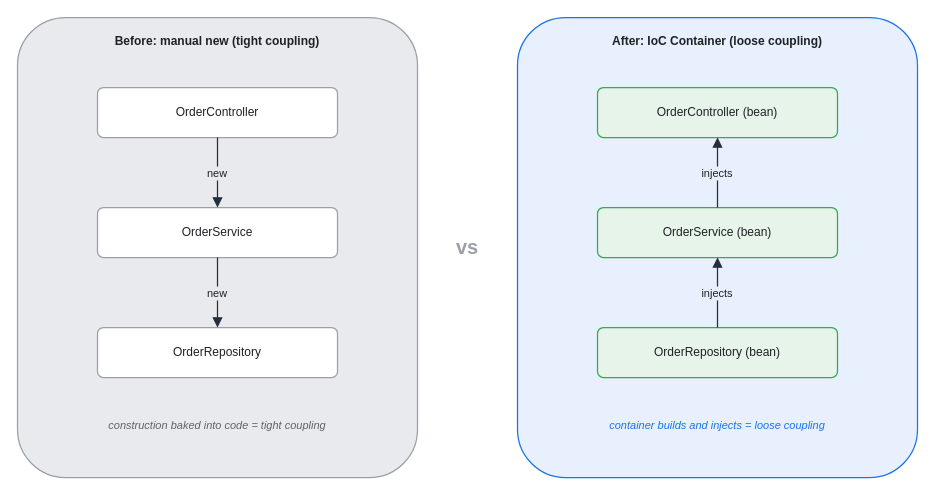
Before: assets/img/spring/spring-03-ioc-before-after.drawio in KKamJi98/kkamji98.github.io, a draw.io diagram. Source tidied: cells renumbered, new cells numbered last; positions are measured from the earlier drawing's top-left corner, leaving out a move shared by most shapes. Both pictures are drawn from the tidied source at 100%, with x=0, y=0 at pixel (17, 17).
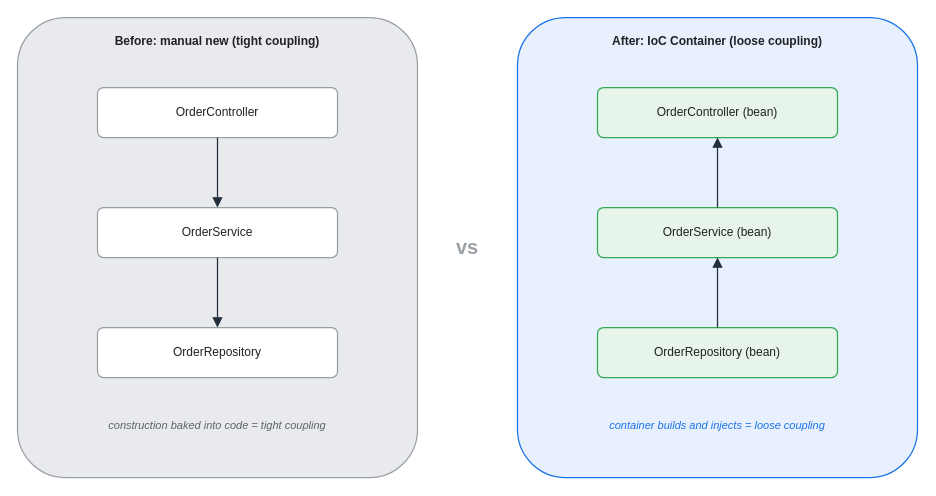
After the change.

The edit, as a diff of the source:
```diff
@@
 <mxGraphModel background="#FFFFFF">
   <root>
     <mxCell id="0" />
     <mxCell id="1" parent="0" />
     <mxCell id="2" value="Before: manual new (tight coupling)" style="rounded=1;whiteSpace=wrap;html=0;arcSize=12;shadow=0;fillColor=#E8EAED;strokeColor=#9AA0A6;fontColor=#202124;fontStyle=1;verticalAlign=top;align=center;spacingTop=10;strokeWidth=1.25;" parent="1" vertex="1">
       <mxGeometry width="400" height="460" as="geometry" />
     </mxCell>
     <mxCell id="3" value="After: IoC Container (loose coupling)" style="rounded=1;whiteSpace=wrap;html=0;arcSize=12;shadow=0;fillColor=#E8F0FE;strokeColor=#1A73E8;fontColor=#202124;fontStyle=1;verticalAlign=top;align=center;spacingTop=10;strokeWidth=1.25;" parent="1" vertex="1">
       <mxGeometry x="500" width="400" height="460" as="geometry" />
     </mxCell>
     <mxCell id="4" value="vs" style="text;html=0;align=center;verticalAlign=middle;fontSize=20;fontStyle=1;fontColor=#9AA0A6;" parent="1" vertex="1">
       <mxGeometry x="415" y="205" width="70" height="45" as="geometry" />
     </mxCell>
     <mxCell id="5" value="OrderController" style="rounded=1;whiteSpace=wrap;html=0;arcSize=12;shadow=0;fillColor=#FFFFFF;strokeColor=#9AA0A6;fontColor=#202124;strokeWidth=1.25;" parent="1" vertex="1">
       <mxGeometry x="80" y="70" width="240" height="50" as="geometry" />
     </mxCell>
     <mxCell id="6" value="OrderService" style="rounded=1;whiteSpace=wrap;html=0;arcSize=12;shadow=0;fillColor=#FFFFFF;strokeColor=#9AA0A6;fontColor=#202124;strokeWidth=1.25;" parent="1" vertex="1">
       <mxGeometry x="80" y="190" width="240" height="50" as="geometry" />
     </mxCell>
     <mxCell id="7" value="OrderRepository" style="rounded=1;whiteSpace=wrap;html=0;arcSize=12;shadow=0;fillColor=#FFFFFF;strokeColor=#9AA0A6;fontColor=#202124;strokeWidth=1.25;" parent="1" vertex="1">
       <mxGeometry x="80" y="310" width="240" height="50" as="geometry" />
     </mxCell>
     <mxCell id="8" value="construction baked into code = tight coupling" style="text;html=0;align=center;verticalAlign=middle;whiteSpace=wrap;fontSize=11;fontColor=#5F6368;fontStyle=2;" parent="1" vertex="1">
       <mxGeometry x="20" y="388" width="360" height="40" as="geometry" />
     </mxCell>
     <mxCell id="9" value="OrderController (bean)" style="rounded=1;whiteSpace=wrap;html=0;arcSize=12;shadow=0;fillColor=#E6F4EA;strokeColor=#34A853;fontColor=#202124;strokeWidth=1.25;" parent="1" vertex="1">
       <mxGeometry x="580" y="70" width="240" height="50" as="geometry" />
     </mxCell>
     <mxCell id="10" value="OrderService (bean)" style="rounded=1;whiteSpace=wrap;html=0;arcSize=12;shadow=0;fillColor=#E6F4EA;strokeColor=#34A853;fontColor=#202124;strokeWidth=1.25;" parent="1" vertex="1">
       <mxGeometry x="580" y="190" width="240" height="50" as="geometry" />
     </mxCell>
     <mxCell id="11" value="OrderRepository (bean)" style="rounded=1;whiteSpace=wrap;html=0;arcSize=12;shadow=0;fillColor=#E6F4EA;strokeColor=#34A853;fontColor=#202124;strokeWidth=1.25;" parent="1" vertex="1">
       <mxGeometry x="580" y="310" width="240" height="50" as="geometry" />
     </mxCell>
     <mxCell id="12" value="container builds and injects = loose coupling" style="text;html=0;align=center;verticalAlign=middle;whiteSpace=wrap;fontSize=11;fontColor=#1A73E8;fontStyle=2;" parent="1" vertex="1">
       <mxGeometry x="520" y="388" width="360" height="40" as="geometry" />
     </mxCell>
-    <mxCell id="13" value="new" style="edgeStyle=orthogonalEdgeStyle;rounded=1;html=0;fontColor=#202124;strokeColor=#232F3E;labelBackgroundColor=#E8EAED;endArrow=block;exitX=0.5;exitY=1;exitDx=0;exitDy=0;entryX=0.5;entryY=0;entryDx=0;entryDy=0;strokeWidth=1.25;endSize=7;" parent="1" edge="1" source="5" target="6">
+    <mxCell id="13" style="edgeStyle=orthogonalEdgeStyle;rounded=1;html=0;fontColor=#202124;strokeColor=#232F3E;labelBackgroundColor=none;endArrow=block;exitX=0.5;exitY=1;exitDx=0;exitDy=0;entryX=0.5;entryY=0;entryDx=0;entryDy=0;strokeWidth=1.25;endSize=7;" parent="1" edge="1" source="5" target="6">
       <mxGeometry relative="1" as="geometry" />
     </mxCell>
-    <mxCell id="14" value="new" style="edgeStyle=orthogonalEdgeStyle;rounded=1;html=0;fontColor=#202124;strokeColor=#232F3E;labelBackgroundColor=#E8EAED;endArrow=block;exitX=0.5;exitY=1;exitDx=0;exitDy=0;entryX=0.5;entryY=0;entryDx=0;entryDy=0;strokeWidth=1.25;endSize=7;" parent="1" edge="1" source="6" target="7">
+    <mxCell id="14" style="edgeStyle=orthogonalEdgeStyle;rounded=1;html=0;fontColor=#202124;strokeColor=#232F3E;labelBackgroundColor=none;endArrow=block;exitX=0.5;exitY=1;exitDx=0;exitDy=0;entryX=0.5;entryY=0;entryDx=0;entryDy=0;strokeWidth=1.25;endSize=7;" parent="1" edge="1" source="6" target="7">
       <mxGeometry relative="1" as="geometry" />
     </mxCell>
-    <mxCell id="15" value="injects" style="edgeStyle=orthogonalEdgeStyle;rounded=1;html=0;fontColor=#202124;strokeColor=#232F3E;labelBackgroundColor=#E8F0FE;endArrow=block;exitX=0.5;exitY=0;exitDx=0;exitDy=0;entryX=0.5;entryY=1;entryDx=0;entryDy=0;strokeWidth=1.25;endSize=7;" parent="1" edge="1" source="11" target="10">
+    <mxCell id="15" style="edgeStyle=orthogonalEdgeStyle;rounded=1;html=0;fontColor=#202124;strokeColor=#232F3E;labelBackgroundColor=none;endArrow=block;exitX=0.5;exitY=0;exitDx=0;exitDy=0;entryX=0.5;entryY=1;entryDx=0;entryDy=0;strokeWidth=1.25;endSize=7;" parent="1" edge="1" source="11" target="10">
       <mxGeometry relative="1" as="geometry" />
     </mxCell>
-    <mxCell id="16" value="injects" style="edgeStyle=orthogonalEdgeStyle;rounded=1;html=0;fontColor=#202124;strokeColor=#232F3E;labelBackgroundColor=#E8F0FE;endArrow=block;exitX=0.5;exitY=0;exitDx=0;exitDy=0;entryX=0.5;entryY=1;entryDx=0;entryDy=0;strokeWidth=1.25;endSize=7;" parent="1" edge="1" source="10" target="9">
+    <mxCell id="16" style="edgeStyle=orthogonalEdgeStyle;rounded=1;html=0;fontColor=#202124;strokeColor=#232F3E;labelBackgroundColor=none;endArrow=block;exitX=0.5;exitY=0;exitDx=0;exitDy=0;entryX=0.5;entryY=1;entryDx=0;entryDy=0;strokeWidth=1.25;endSize=7;" parent="1" edge="1" source="10" target="9">
       <mxGeometry relative="1" as="geometry" />
     </mxCell>
   </root>
 </mxGraphModel>
```
